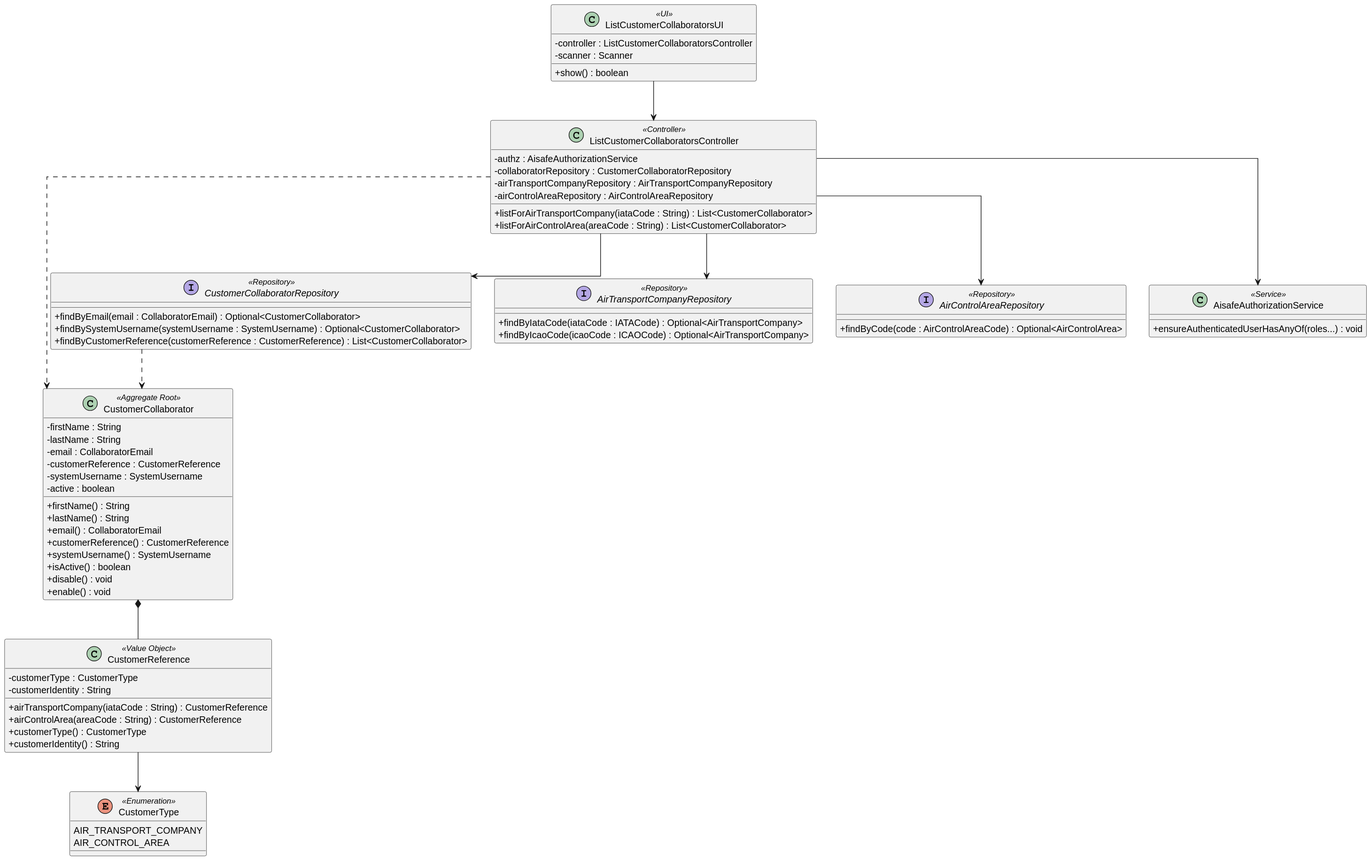
This is docs/us_62/class-diagram-62.svg from GustavoFerreira24/flight-management-platform, a PlantUML export, as it was before one commit.
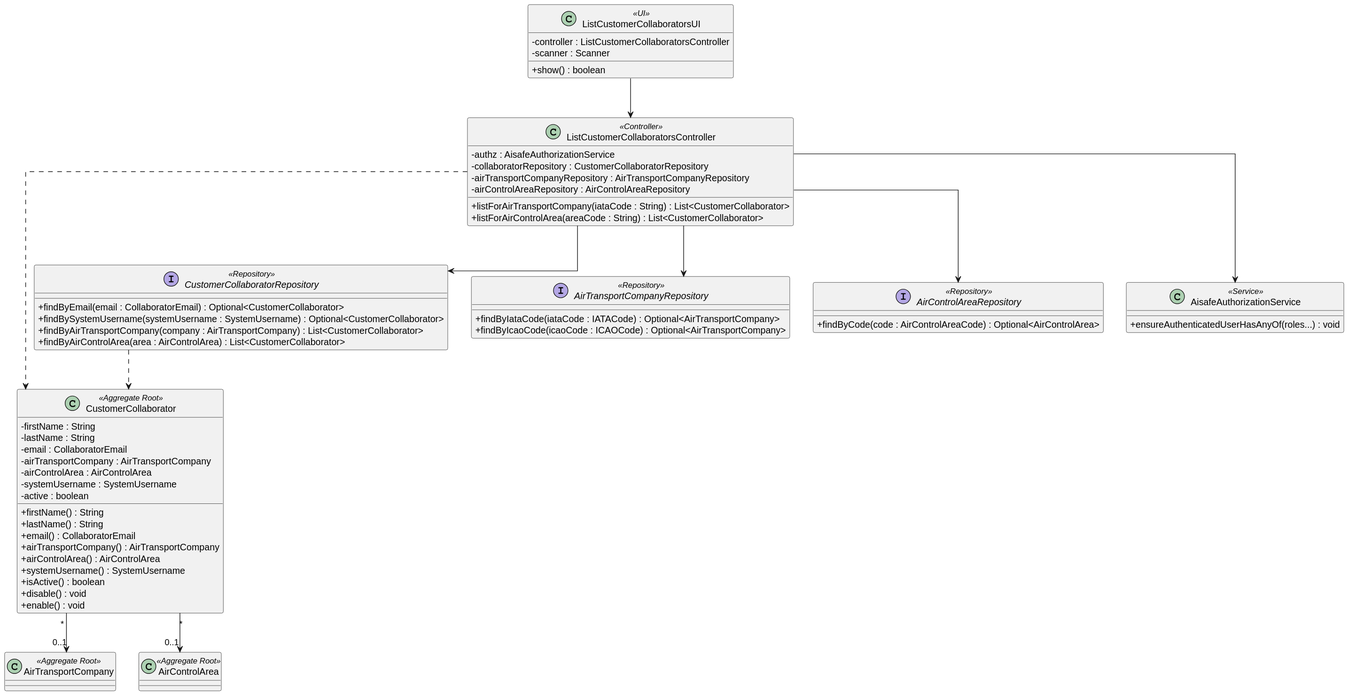
The same file after the commit.

The edit, as a diff of the source:
```diff
@@ -22,39 +22,27 @@
     - firstName : String
     - lastName : String
     - email : CollaboratorEmail
-    - customerReference : CustomerReference
+    - airTransportCompany : AirTransportCompany
+    - airControlArea : AirControlArea
     - systemUsername : SystemUsername
     - active : boolean
 
     + firstName() : String
     + lastName() : String
     + email() : CollaboratorEmail
-    + customerReference() : CustomerReference
+    + airTransportCompany() : AirTransportCompany
+    + airControlArea() : AirControlArea
     + systemUsername() : SystemUsername
     + isActive() : boolean
     + disable() : void
     + enable() : void
 }
 
-class CustomerReference <<Value Object>> {
-    - customerType : CustomerType
-    - customerIdentity : String
-
-    + airTransportCompany(iataCode : String) : CustomerReference
-    + airControlArea(areaCode : String) : CustomerReference
-    + customerType() : CustomerType
-    + customerIdentity() : String
-}
-
-enum CustomerType <<Enumeration>> {
-    AIR_TRANSPORT_COMPANY
-    AIR_CONTROL_AREA
-}
-
 interface CustomerCollaboratorRepository <<Repository>> {
     + findByEmail(email : CollaboratorEmail) : Optional<CustomerCollaborator>
     + findBySystemUsername(systemUsername : SystemUsername) : Optional<CustomerCollaborator>
-    + findByCustomerReference(customerReference : CustomerReference) : List<CustomerCollaborator>
+    + findByAirTransportCompany(company : AirTransportCompany) : List<CustomerCollaborator>
+    + findByAirControlArea(area : AirControlArea) : List<CustomerCollaborator>
 }
 
 interface AirTransportCompanyRepository <<Repository>> {
@@ -70,6 +58,9 @@
     + ensureAuthenticatedUserHasAnyOf(roles...) : void
 }
 
+class AirTransportCompany <<Aggregate Root>>
+class AirControlArea <<Aggregate Root>>
+
 
 ListCustomerCollaboratorsUI --> ListCustomerCollaboratorsController
 
@@ -80,8 +71,8 @@
 
 ListCustomerCollaboratorsController ..> CustomerCollaborator
 
-CustomerCollaborator *-- CustomerReference
-CustomerReference --> CustomerType
+CustomerCollaborator "*" --> "0..1" AirTransportCompany
+CustomerCollaborator "*" --> "0..1" AirControlArea
 
 CustomerCollaboratorRepository ..> CustomerCollaborator
 @enduml
```
